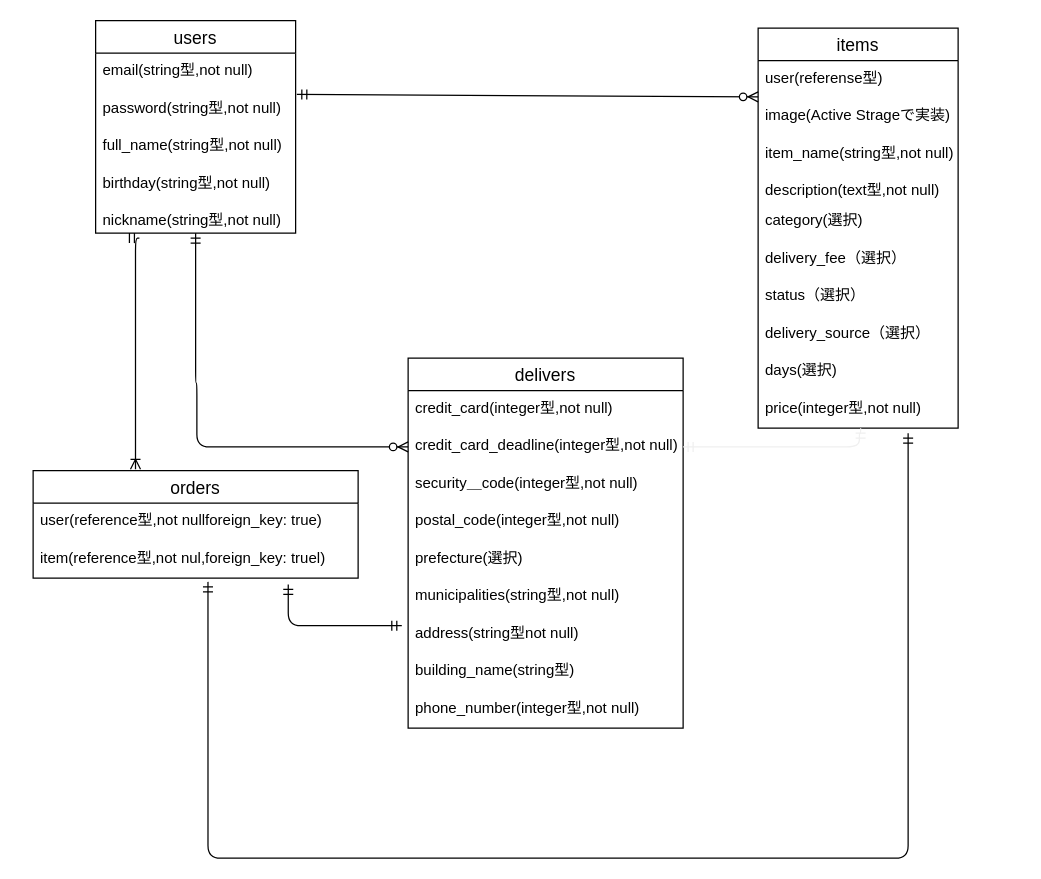
hiroki0326/furima-34461 keeps this draw.io diagram as ER図.dio. Above is the earlier version. Source tidied: cells renumbered, new cells numbered last; positions are measured from the earlier drawing's top-left corner, leaving out a move shared by most shapes. Both pictures are drawn from the tidied source at 125%, with x=0, y=0 at pixel (32, 20).
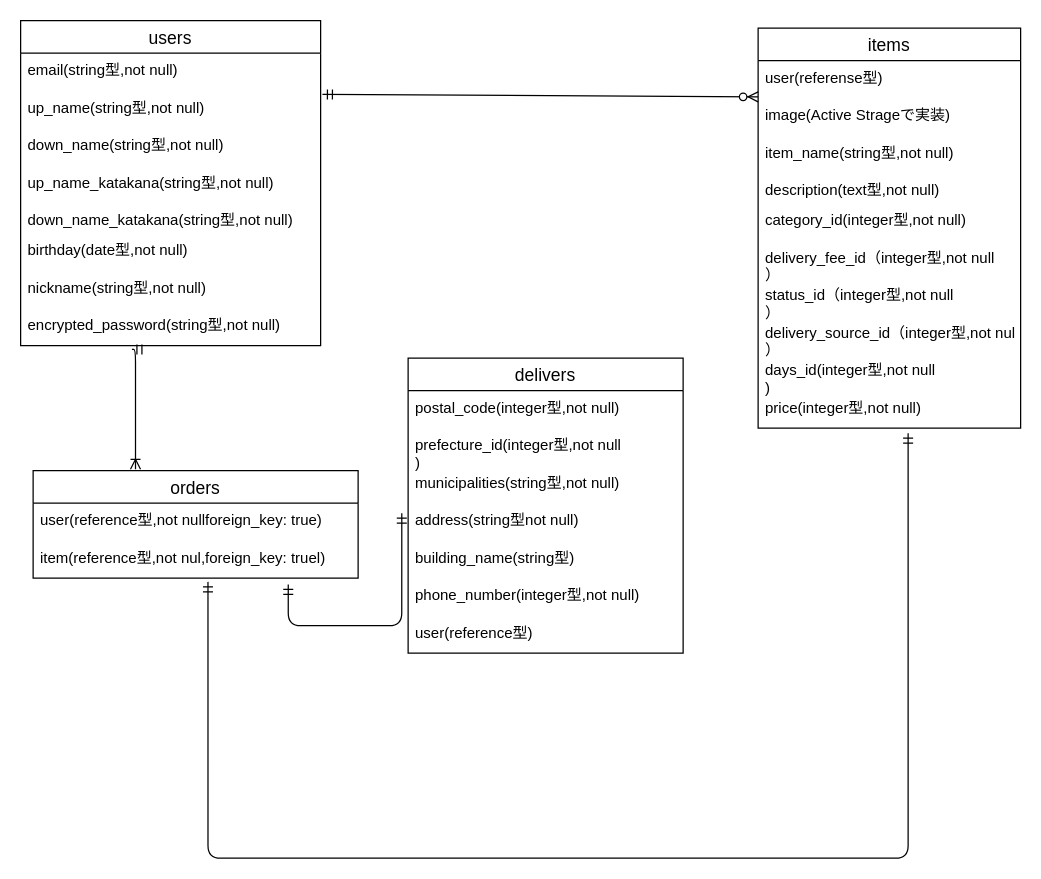
The same page after the edit.

The change refers to these unchanged cells:
```xml
<mxCell id="32" value="orders" style="swimlane;fontStyle=0;horizontal=1;startSize=26;align=center;fontSize=14;" parent="1" vertex="1">
  <mxGeometry y="360" width="260" height="86" as="geometry" />
</mxCell>
```

What changed in the source:
```diff
@@
     <mxCell id="2" value="users" style="swimlane;fontStyle=0;horizontal=1;startSize=26;align=center;fontSize=14;" parent="1" vertex="1">
-      <mxGeometry x="50" width="160" height="170" as="geometry" />
+      <mxGeometry x="-10" width="240" height="260" as="geometry" />
     </mxCell>
     <mxCell id="3" value="email(string型,not null)" style="text;strokeColor=none;fillColor=none;spacingLeft=4;spacingRight=4;overflow=hidden;points=[[0,0.5],[1,0.5]];portConstraint=eastwest;fontSize=12;shadow=1;" parent="2" vertex="1">
-      <mxGeometry y="26" width="160" height="30" as="geometry" />
+      <mxGeometry y="26" width="240" height="30" as="geometry" />
     </mxCell>
-    <mxCell id="4" value="password(string型,not null)" style="text;strokeColor=none;fillColor=none;spacingLeft=4;spacingRight=4;overflow=hidden;fontSize=12;shadow=1;" parent="2" vertex="1">
-      <mxGeometry y="56" width="160" height="30" as="geometry" />
+    <mxCell id="4" value="up_name(string型,not null)" style="text;strokeColor=none;fillColor=none;spacingLeft=4;spacingRight=4;overflow=hidden;fontSize=12;shadow=1;" parent="2" vertex="1">
+      <mxGeometry y="56" width="240" height="30" as="geometry" />
     </mxCell>
-    <mxCell id="5" value="full_name(string型,not null)" style="text;strokeColor=none;fillColor=none;spacingLeft=4;spacingRight=4;overflow=hidden;fontSize=12;shadow=1;" parent="2" vertex="1">
-      <mxGeometry y="86" width="160" height="30" as="geometry" />
+    <mxCell id="5" value="down_name(string型,not null)" style="text;strokeColor=none;fillColor=none;spacingLeft=4;spacingRight=4;overflow=hidden;fontSize=12;shadow=1;" parent="2" vertex="1">
+      <mxGeometry y="86" width="240" height="30" as="geometry" />
     </mxCell>
-    <mxCell id="6" value="birthday(string型,not null)" style="text;strokeColor=none;fillColor=none;spacingLeft=4;spacingRight=4;overflow=hidden;fontSize=12;shadow=1;" parent="2" vertex="1">
-      <mxGeometry y="116" width="160" height="30" as="geometry" />
+    <mxCell id="6" value="up_name_katakana(string型,not null)" style="text;strokeColor=none;fillColor=none;spacingLeft=4;spacingRight=4;overflow=hidden;fontSize=12;shadow=1;" parent="2" vertex="1">
+      <mxGeometry y="116" width="240" height="30" as="geometry" />
     </mxCell>
-    <mxCell id="7" value="nickname(string型,not null)" style="text;strokeColor=none;fillColor=none;spacingLeft=4;spacingRight=4;overflow=hidden;points=[[0,0.5],[1,0.5]];portConstraint=eastwest;fontSize=12;shadow=1;" parent="2" vertex="1">
-      <mxGeometry y="146" width="160" height="24" as="geometry" />
+    <mxCell id="7" value="down_name_katakana(string型,not null)" style="text;strokeColor=none;fillColor=none;spacingLeft=4;spacingRight=4;overflow=hidden;points=[[0,0.5],[1,0.5]];portConstraint=eastwest;fontSize=12;shadow=1;" parent="2" vertex="1">
+      <mxGeometry y="146" width="240" height="24" as="geometry" />
     </mxCell>
+    <mxCell id="38" value="birthday(date型,not null)" style="text;strokeColor=none;fillColor=none;spacingLeft=4;spacingRight=4;overflow=hidden;fontSize=12;shadow=1;" parent="2" vertex="1">
+      <mxGeometry y="170" width="240" height="30" as="geometry" />
+    </mxCell>
+    <mxCell id="39" value="nickname(string型,not null)" style="text;strokeColor=none;fillColor=none;spacingLeft=4;spacingRight=4;overflow=hidden;fontSize=12;shadow=1;" parent="2" vertex="1">
+      <mxGeometry y="200" width="240" height="30" as="geometry" />
+    </mxCell>
+    <mxCell id="40" value="encrypted_password(string型,not null)" style="text;strokeColor=none;fillColor=none;spacingLeft=4;spacingRight=4;overflow=hidden;points=[[0,0.5],[1,0.5]];portConstraint=eastwest;fontSize=12;shadow=1;" parent="2" vertex="1">
+      <mxGeometry y="230" width="240" height="30" as="geometry" />
+    </mxCell>
     <mxCell id="8" value="items" style="swimlane;fontStyle=0;horizontal=1;startSize=26;align=center;fontSize=14;" parent="1" vertex="1">
-      <mxGeometry x="580" y="6" width="160" height="320" as="geometry" />
+      <mxGeometry x="580" y="6" width="210" height="320" as="geometry" />
     </mxCell>
     <mxCell id="9" value="user(referense型)" style="text;strokeColor=none;fillColor=none;spacingLeft=4;spacingRight=4;overflow=hidden;fontSize=12;shadow=1;" parent="8" vertex="1">
-      <mxGeometry y="26" width="160" height="30" as="geometry" />
+      <mxGeometry y="26" width="210" height="30" as="geometry" />
     </mxCell>
     <mxCell id="10" value="image(Active Strageで実装)" style="text;strokeColor=none;fillColor=none;spacingLeft=4;spacingRight=4;overflow=hidden;fontSize=12;" parent="8" vertex="1">
-      <mxGeometry y="56" width="160" height="30" as="geometry" />
+      <mxGeometry y="56" width="210" height="30" as="geometry" />
     </mxCell>
     <mxCell id="11" value="item_name(string型,not null)" style="text;strokeColor=none;fillColor=none;spacingLeft=4;spacingRight=4;overflow=hidden;fontSize=12;" parent="8" vertex="1">
-      <mxGeometry y="86" width="160" height="30" as="geometry" />
+      <mxGeometry y="86" width="210" height="30" as="geometry" />
     </mxCell>
     <mxCell id="12" value="description(text型,not null)" style="text;strokeColor=none;fillColor=none;spacingLeft=4;spacingRight=4;overflow=hidden;fontSize=12;" parent="8" vertex="1">
-      <mxGeometry y="116" width="160" height="24" as="geometry" />
+      <mxGeometry y="116" width="210" height="24" as="geometry" />
     </mxCell>
-    <mxCell id="13" value="category(選択)" style="text;strokeColor=none;fillColor=none;spacingLeft=4;spacingRight=4;overflow=hidden;fontSize=12;shadow=1;" parent="8" vertex="1">
-      <mxGeometry y="140" width="160" height="30" as="geometry" />
+    <mxCell id="13" value="category_id(integer型,not null)" style="text;strokeColor=none;fillColor=none;spacingLeft=4;spacingRight=4;overflow=hidden;fontSize=12;shadow=1;" parent="8" vertex="1">
+      <mxGeometry y="140" width="210" height="30" as="geometry" />
     </mxCell>
-    <mxCell id="14" value="delivery_fee（選択）" style="text;strokeColor=none;fillColor=none;spacingLeft=4;spacingRight=4;overflow=hidden;fontSize=12;shadow=1;" parent="8" vertex="1">
-      <mxGeometry y="170" width="160" height="30" as="geometry" />
+    <mxCell id="14" value="delivery_fee_id（integer型,not null&#10;）" style="text;strokeColor=none;fillColor=none;spacingLeft=4;spacingRight=4;overflow=hidden;fontSize=12;shadow=1;" parent="8" vertex="1">
+      <mxGeometry y="170" width="210" height="30" as="geometry" />
     </mxCell>
-    <mxCell id="15" value="status（選択）" style="text;strokeColor=none;fillColor=none;spacingLeft=4;spacingRight=4;overflow=hidden;fontSize=12;shadow=1;" parent="8" vertex="1">
-      <mxGeometry y="200" width="160" height="30" as="geometry" />
+    <mxCell id="15" value="status_id（integer型,not null&#10;）" style="text;strokeColor=none;fillColor=none;spacingLeft=4;spacingRight=4;overflow=hidden;fontSize=12;shadow=1;" parent="8" vertex="1">
+      <mxGeometry y="200" width="210" height="30" as="geometry" />
     </mxCell>
-    <mxCell id="16" value="delivery_source（選択）" style="text;strokeColor=none;fillColor=none;spacingLeft=4;spacingRight=4;overflow=hidden;fontSize=12;shadow=1;" parent="8" vertex="1">
-      <mxGeometry y="230" width="160" height="30" as="geometry" />
+    <mxCell id="16" value="delivery_source_id（integer型,not null&#10;）" style="text;strokeColor=none;fillColor=none;spacingLeft=4;spacingRight=4;overflow=hidden;fontSize=12;shadow=1;" parent="8" vertex="1">
+      <mxGeometry y="230" width="210" height="30" as="geometry" />
     </mxCell>
-    <mxCell id="17" value="days(選択)" style="text;strokeColor=none;fillColor=none;spacingLeft=4;spacingRight=4;overflow=hidden;fontSize=12;shadow=1;" parent="8" vertex="1">
-      <mxGeometry y="260" width="160" height="30" as="geometry" />
+    <mxCell id="17" value="days_id(integer型,not null&#10;)" style="text;strokeColor=none;fillColor=none;spacingLeft=4;spacingRight=4;overflow=hidden;fontSize=12;shadow=1;" parent="8" vertex="1">
+      <mxGeometry y="260" width="210" height="30" as="geometry" />
     </mxCell>
     <mxCell id="18" value="price(integer型,not null)" style="text;strokeColor=none;fillColor=none;spacingLeft=4;spacingRight=4;overflow=hidden;points=[[0,0.5],[1,0.5]];portConstraint=eastwest;fontSize=12;shadow=1;" parent="8" vertex="1">
-      <mxGeometry y="290" width="160" height="30" as="geometry" />
+      <mxGeometry y="290" width="210" height="30" as="geometry" />
     </mxCell>
@@
     <mxCell id="20" value="delivers" style="swimlane;fontStyle=0;horizontal=1;startSize=26;align=center;fontSize=14;" parent="1" vertex="1">
-      <mxGeometry x="300" y="270" width="220" height="296" as="geometry" />
+      <mxGeometry x="300" y="270" width="220" height="236" as="geometry" />
     </mxCell>
-    <mxCell id="21" value="credit_card(integer型,not null)" style="text;strokeColor=none;fillColor=none;spacingLeft=4;spacingRight=4;overflow=hidden;fontSize=12;" parent="20" vertex="1">
-      <mxGeometry y="26" width="220" height="30" as="geometry" />
-    </mxCell>
-    <mxCell id="22" value="credit_card_deadline(integer型,not null)" style="text;strokeColor=none;fillColor=none;spacingLeft=4;spacingRight=4;overflow=hidden;points=[[0,0.5],[1,0.5]];portConstraint=eastwest;fontSize=12;" parent="20" vertex="1">
-      <mxGeometry y="56" width="220" height="30" as="geometry" />
-    </mxCell>
-    <mxCell id="23" value="security＿code(integer型,not null)" style="text;strokeColor=none;fillColor=none;spacingLeft=4;spacingRight=4;overflow=hidden;fontSize=12;" parent="20" vertex="1">
-      <mxGeometry y="86" width="220" height="30" as="geometry" />
-    </mxCell>
     <mxCell id="24" value="postal_code(integer型,not null)" style="text;strokeColor=none;fillColor=none;spacingLeft=4;spacingRight=4;overflow=hidden;fontSize=12;shadow=1;" parent="20" vertex="1">
-      <mxGeometry y="116" width="220" height="30" as="geometry" />
+      <mxGeometry y="26" width="220" height="30" as="geometry" />
     </mxCell>
-    <mxCell id="25" value="prefecture(選択)" style="text;strokeColor=none;fillColor=none;spacingLeft=4;spacingRight=4;overflow=hidden;fontSize=12;shadow=1;" parent="20" vertex="1">
-      <mxGeometry y="146" width="220" height="30" as="geometry" />
+    <mxCell id="25" value="prefecture_id(integer型,not null&#10;)" style="text;strokeColor=none;fillColor=none;spacingLeft=4;spacingRight=4;overflow=hidden;fontSize=12;shadow=1;" parent="20" vertex="1">
+      <mxGeometry y="56" width="220" height="30" as="geometry" />
     </mxCell>
     <mxCell id="26" value="municipalities(string型,not null)" style="text;strokeColor=none;fillColor=none;spacingLeft=4;spacingRight=4;overflow=hidden;fontSize=12;shadow=1;" parent="20" vertex="1">
-      <mxGeometry y="176" width="220" height="30" as="geometry" />
+      <mxGeometry y="86" width="220" height="30" as="geometry" />
     </mxCell>
     <mxCell id="27" value="address(string型not null)" style="text;strokeColor=none;fillColor=none;spacingLeft=4;spacingRight=4;overflow=hidden;points=[[0,0.5],[1,0.5]];portConstraint=eastwest;fontSize=12;shadow=1;" parent="20" vertex="1">
-      <mxGeometry y="206" width="220" height="30" as="geometry" />
+      <mxGeometry y="116" width="220" height="30" as="geometry" />
     </mxCell>
     <mxCell id="28" value="building_name(string型)" style="text;strokeColor=none;fillColor=none;spacingLeft=4;spacingRight=4;overflow=hidden;fontSize=12;shadow=1;" parent="20" vertex="1">
-      <mxGeometry y="236" width="220" height="30" as="geometry" />
+      <mxGeometry y="146" width="220" height="30" as="geometry" />
     </mxCell>
     <mxCell id="29" value="phone_number(integer型,not null)" style="text;strokeColor=none;fillColor=none;spacingLeft=4;spacingRight=4;overflow=hidden;fontSize=12;shadow=1;" parent="20" vertex="1">
-      <mxGeometry y="266" width="220" height="30" as="geometry" />
+      <mxGeometry y="176" width="220" height="30" as="geometry" />
     </mxCell>
-    <mxCell id="30" style="edgeStyle=orthogonalEdgeStyle;fontSize=12;html=1;endArrow=ERzeroToMany;startArrow=ERmandOne;entryX=0;entryY=0.5;entryDx=0;entryDy=0;exitX=0.5;exitY=1;exitDx=0;exitDy=0;" parent="1" edge="1" source="2" target="22">
-      <mxGeometry relative="1" as="geometry">
-        <Array as="points">
-          <mxPoint x="131" y="290" />
-          <mxPoint x="131" y="341" />
-        </Array>
-      </mxGeometry>
-    </mxCell>
-    <mxCell id="31" style="edgeStyle=orthogonalEdgeStyle;fontSize=12;html=1;endArrow=ERmandOne;startArrow=ERmandOne;fontFamily=Helvetica;fontColor=#f0f0f0;align=center;strokeColor=#f0f0f0;" parent="1" edge="1" source="22" target="18">
-      <mxGeometry relative="1" as="geometry">
-        <Array as="points">
-          <mxPoint x="661" y="341" />
-          <mxPoint x="661" y="330" />
-          <mxPoint x="662" y="330" />
-        </Array>
-      </mxGeometry>
-    </mxCell>
+    <mxCell id="41" value="user(reference型)" style="text;strokeColor=none;fillColor=none;spacingLeft=4;spacingRight=4;overflow=hidden;fontSize=12;shadow=1;" parent="20" vertex="1">
+      <mxGeometry y="206" width="220" height="30" as="geometry" />
+    </mxCell>
@@
-    <mxCell id="35" style="edgeStyle=orthogonalEdgeStyle;fontSize=12;html=1;endArrow=ERoneToMany;startArrow=ERmandOne;entryX=0.315;entryY=-0.012;entryDx=0;entryDy=0;entryPerimeter=0;exitX=0.219;exitY=1.167;exitDx=0;exitDy=0;exitPerimeter=0;" parent="1" edge="1" source="7" target="32">
+    <mxCell id="35" style="edgeStyle=orthogonalEdgeStyle;fontSize=12;html=1;endArrow=ERoneToMany;startArrow=ERmandOne;entryX=0.315;entryY=-0.012;entryDx=0;entryDy=0;entryPerimeter=0;exitX=0.371;exitY=1.1;exitDx=0;exitDy=0;exitPerimeter=0;" parent="1" edge="1" source="40" target="32">
       <mxGeometry relative="1" as="geometry">
         <Array as="points">
-          <mxPoint x="82" y="174" />
+          <mxPoint x="82" y="263" />
         </Array>
       </mxGeometry>
     </mxCell>
```
